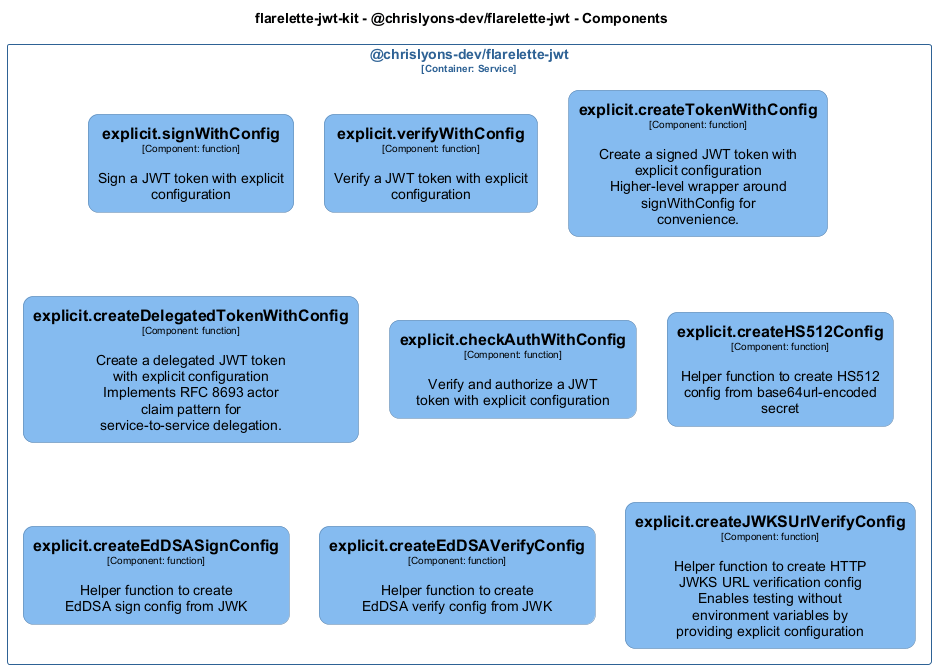
Before: docs/architecture/diagrams/structurizr-Classes_chrislyons_dev_flarelette_jwt__explicit.png, a diagram exported from PlantUML (chrislyons-dev/flarelette-jwt-kit).
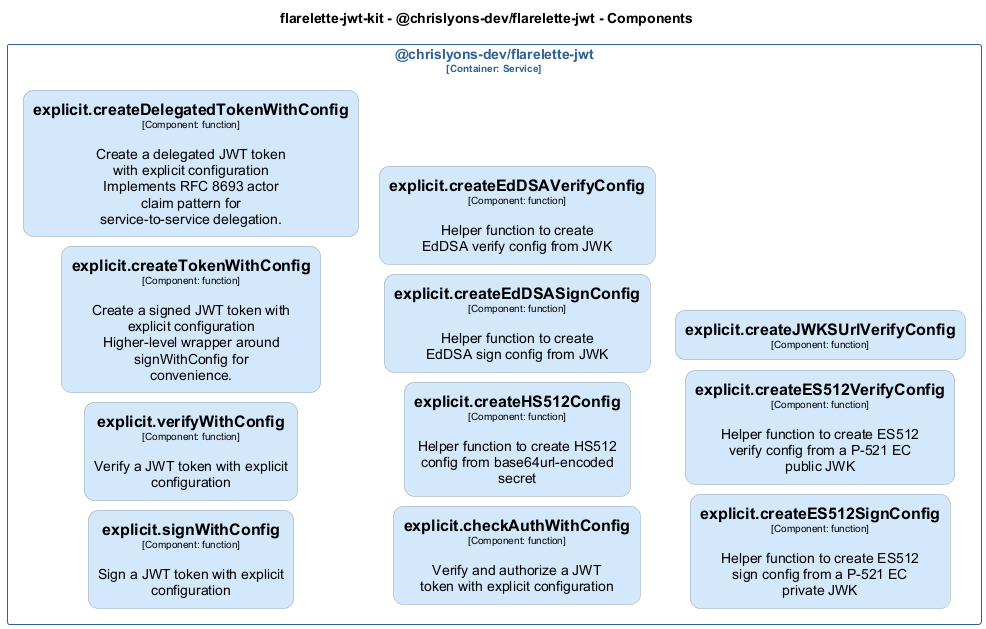
The same file after the commit.

What changed in the source:
```diff
@@ -2,9 +2,9 @@
 set separator none
 title flarelette-jwt-kit - @chrislyons-dev/flarelette-jwt - Components
 
-top to bottom direction
-skinparam ranksep 60
-skinparam nodesep 30
+left to right direction
+skinparam ranksep 20
+skinparam nodesep 10
 
 skinparam {
   arrowFontSize 10
@@ -17,65 +17,79 @@
 hide stereotype
 
 skinparam rectangle<<flarelettejwtkit.chrislyonsdevflarelettejwt.explicitcheckAuthWithConfig>> {
-  BackgroundColor #85bbf0
+  BackgroundColor #d4e8fc
   FontColor #000000
-  BorderColor #5d82a8
+  BorderColor #94a2b0
   roundCorner 20
   shadowing false
 }
 skinparam rectangle<<flarelettejwtkit.chrislyonsdevflarelettejwt.explicitcreateDelegatedTokenWithConfig>> {
-  BackgroundColor #85bbf0
+  BackgroundColor #d4e8fc
   FontColor #000000
-  BorderColor #5d82a8
+  BorderColor #94a2b0
+  roundCorner 20
+  shadowing false
+}
+skinparam rectangle<<flarelettejwtkit.chrislyonsdevflarelettejwt.explicitcreateES512SignConfig>> {
+  BackgroundColor #d4e8fc
+  FontColor #000000
+  BorderColor #94a2b0
+  roundCorner 20
+  shadowing false
+}
+skinparam rectangle<<flarelettejwtkit.chrislyonsdevflarelettejwt.explicitcreateES512VerifyConfig>> {
+  BackgroundColor #d4e8fc
+  FontColor #000000
+  BorderColor #94a2b0
   roundCorner 20
   shadowing false
 }
 skinparam rectangle<<flarelettejwtkit.chrislyonsdevflarelettejwt.explicitcreateEdDSASignConfig>> {
-  BackgroundColor #85bbf0
+  BackgroundColor #d4e8fc
   FontColor #000000
-  BorderColor #5d82a8
+  BorderColor #94a2b0
   roundCorner 20
   shadowing false
 }
 skinparam rectangle<<flarelettejwtkit.chrislyonsdevflarelettejwt.explicitcreateEdDSAVerifyConfig>> {
-  BackgroundColor #85bbf0
+  BackgroundColor #d4e8fc
   FontColor #000000
-  BorderColor #5d82a8
+  BorderColor #94a2b0
   roundCorner 20
   shadowing false
 }
 skinparam rectangle<<flarelettejwtkit.chrislyonsdevflarelettejwt.explicitcreateHS512Config>> {
-  BackgroundColor #85bbf0
+  BackgroundColor #d4e8fc
   FontColor #000000
-  BorderColor #5d82a8
+  BorderColor #94a2b0
   roundCorner 20
   shadowing false
 }
 skinparam rectangle<<flarelettejwtkit.chrislyonsdevflarelettejwt.explicitcreateJWKSUrlVerifyConfig>> {
-  BackgroundColor #85bbf0
+  BackgroundColor #d4e8fc
   FontColor #000000
-  BorderColor #5d82a8
+  BorderColor #94a2b0
   roundCorner 20
   shadowing false
 }
 skinparam rectangle<<flarelettejwtkit.chrislyonsdevflarelettejwt.explicitcreateTokenWithConfig>> {
-  BackgroundColor #85bbf0
+  BackgroundColor #d4e8fc
   FontColor #000000
-  BorderColor #5d82a8
+  BorderColor #94a2b0
   roundCorner 20
   shadowing false
 }
 skinparam rectangle<<flarelettejwtkit.chrislyonsdevflarelettejwt.explicitsignWithConfig>> {
-  BackgroundColor #85bbf0
+  BackgroundColor #d4e8fc
   FontColor #000000
-  BorderColor #5d82a8
+  BorderColor #94a2b0
   roundCorner 20
   shadowing false
 }
 skinparam rectangle<<flarelettejwtkit.chrislyonsdevflarelettejwt.explicitverifyWithConfig>> {
-  BackgroundColor #85bbf0
+  BackgroundColor #d4e8fc
   FontColor #000000
-  BorderColor #5d82a8
+  BorderColor #94a2b0
   roundCorner 20
   shadowing false
 }
@@ -94,7 +108,9 @@
   rectangle "==explicit.createHS512Config\n<size:10>[Component: function]</size>\n\nHelper function to create HS512 config from base64url-encoded secret" <<flarelettejwtkit.chrislyonsdevflarelettejwt.explicitcreateHS512Config>> as flarelettejwtkit.chrislyonsdevflarelettejwt.explicitcreateHS512Config
   rectangle "==explicit.createEdDSASignConfig\n<size:10>[Component: function]</size>\n\nHelper function to create EdDSA sign config from JWK" <<flarelettejwtkit.chrislyonsdevflarelettejwt.explicitcreateEdDSASignConfig>> as flarelettejwtkit.chrislyonsdevflarelettejwt.explicitcreateEdDSASignConfig
   rectangle "==explicit.createEdDSAVerifyConfig\n<size:10>[Component: function]</size>\n\nHelper function to create EdDSA verify config from JWK" <<flarelettejwtkit.chrislyonsdevflarelettejwt.explicitcreateEdDSAVerifyConfig>> as flarelettejwtkit.chrislyonsdevflarelettejwt.explicitcreateEdDSAVerifyConfig
-  rectangle "==explicit.createJWKSUrlVerifyConfig\n<size:10>[Component: function]</size>\n\nHelper function to create HTTP JWKS URL verification config Enables testing without environment variables by providing explicit configuration" <<flarelettejwtkit.chrislyonsdevflarelettejwt.explicitcreateJWKSUrlVerifyConfig>> as flarelettejwtkit.chrislyonsdevflarelettejwt.explicitcreateJWKSUrlVerifyConfig
+  rectangle "==explicit.createES512SignConfig\n<size:10>[Component: function]</size>\n\nHelper function to create ES512 sign config from a P-521 EC private JWK" <<flarelettejwtkit.chrislyonsdevflarelettejwt.explicitcreateES512SignConfig>> as flarelettejwtkit.chrislyonsdevflarelettejwt.explicitcreateES512SignConfig
+  rectangle "==explicit.createES512VerifyConfig\n<size:10>[Component: function]</size>\n\nHelper function to create ES512 verify config from a P-521 EC public JWK" <<flarelettejwtkit.chrislyonsdevflarelettejwt.explicitcreateES512VerifyConfig>> as flarelettejwtkit.chrislyonsdevflarelettejwt.explicitcreateES512VerifyConfig
+  rectangle "==explicit.createJWKSUrlVerifyConfig\n<size:10>[Component: function]</size>" <<flarelettejwtkit.chrislyonsdevflarelettejwt.explicitcreateJWKSUrlVerifyConfig>> as flarelettejwtkit.chrislyonsdevflarelettejwt.explicitcreateJWKSUrlVerifyConfig
 }
 
 @enduml
```
